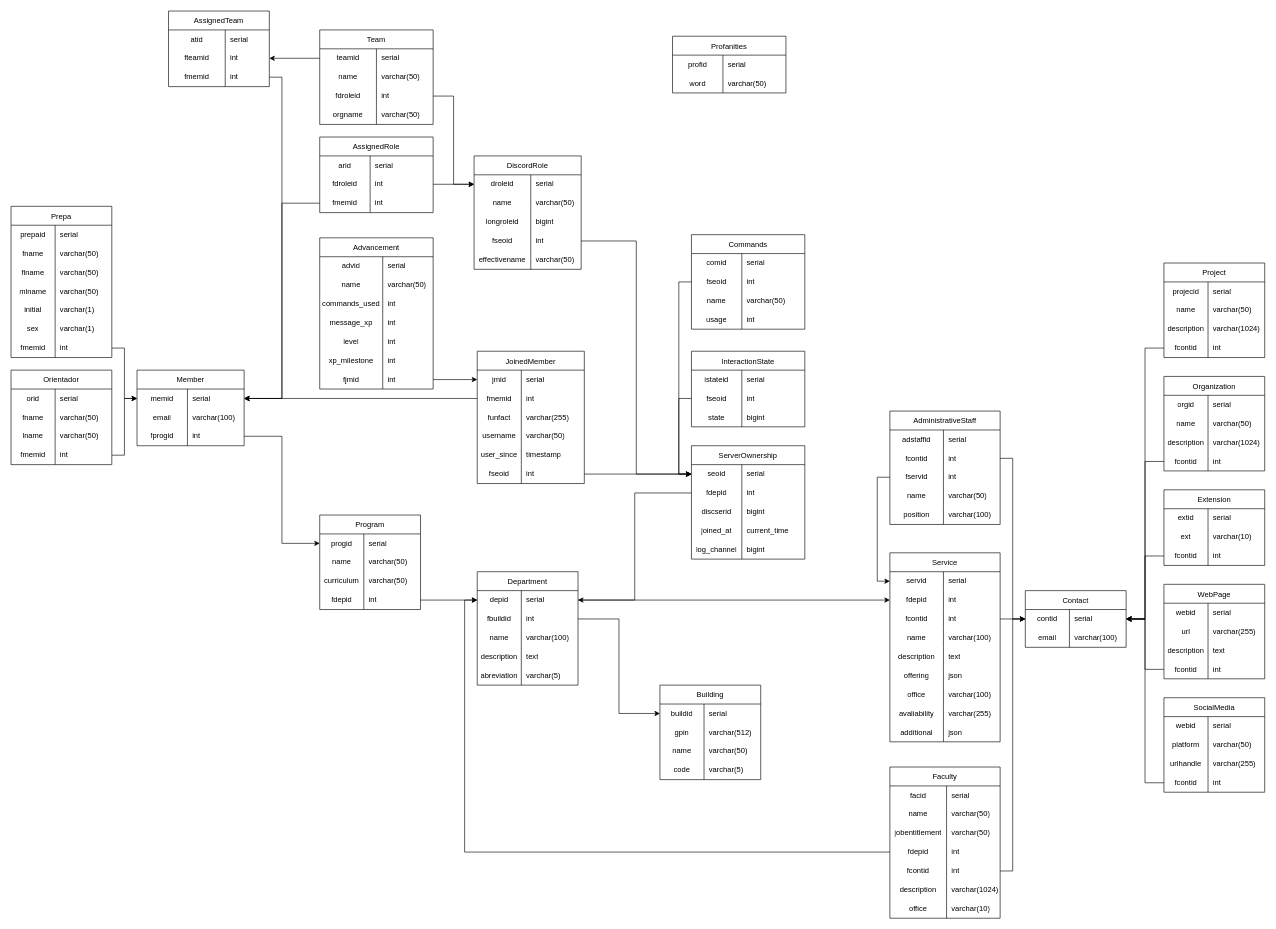
This is assets/schema/DatabaseSchema.drawio from AlfredoSoto1/BotOrientador, a draw.io file, before an edit. Source tidied: cells renumbered, new cells numbered last; positions are measured from the earlier drawing's top-left corner, leaving out a move shared by most shapes. Both pictures are drawn from the tidied source at 63%, with x=0, y=0 at pixel (11, 11).
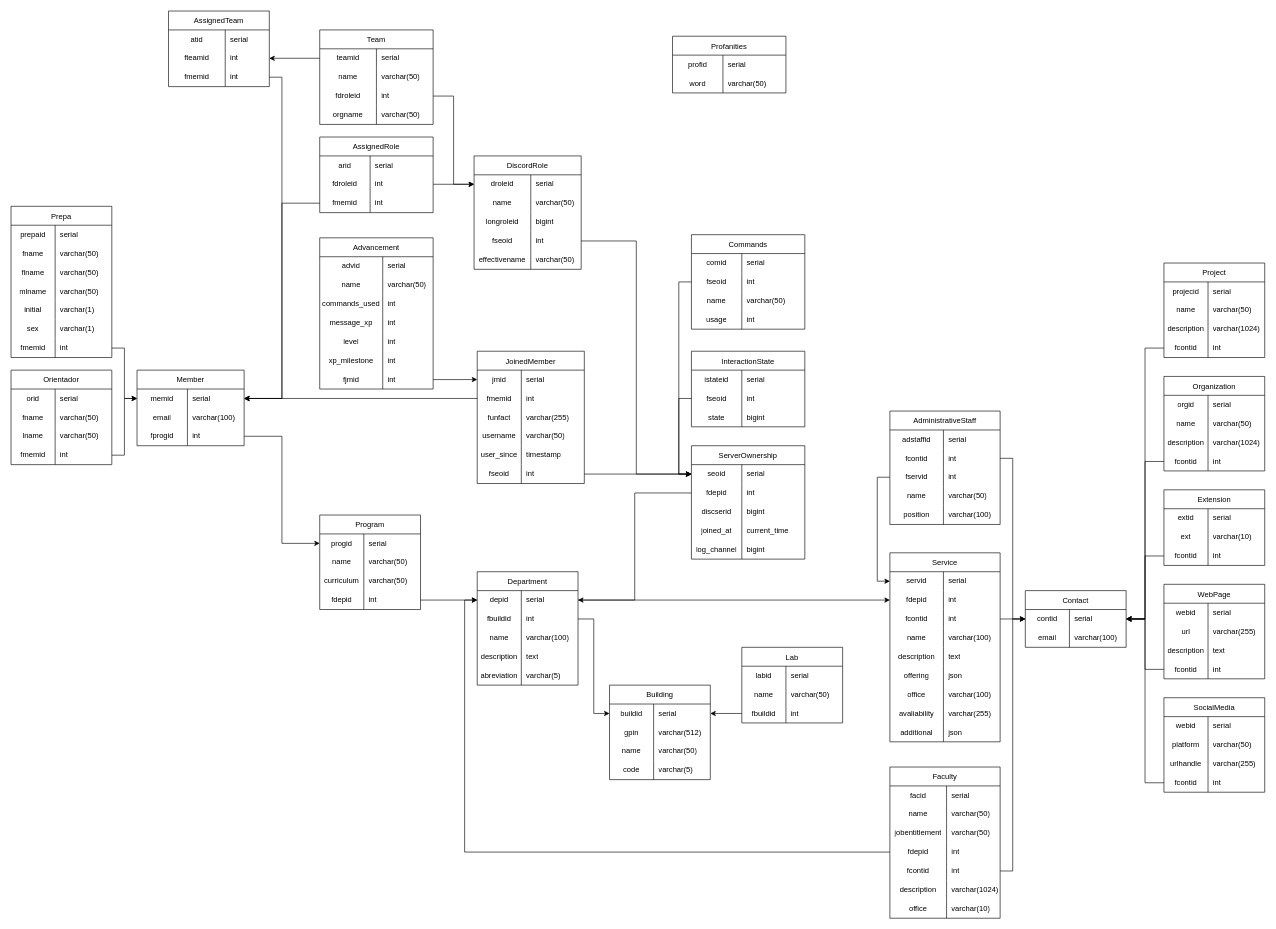
The same diagram, later.

Unchanged cells that the change refers to:
```xml
<mxCell id="26" style="shape=tableRow;horizontal=0;startSize=0;swimlaneHead=0;swimlaneBody=0;top=0;left=0;bottom=0;right=0;fillColor=none;points=[[0,0.5],[1,0.5]];portConstraint=eastwest;strokeColor=inherit;fontSize=12;" parent="25" vertex="1">
  <mxGeometry y="30" width="160" height="30" as="geometry" />
</mxCell>
```

The edit, as a diff of the source:
```diff
@@
     <mxCell id="25" value="Building" style="shape=table;startSize=30;childLayout=tableLayout;rowLines=0;fontStyle=0;strokeColor=default;fontSize=12;" parent="1" vertex="1">
-      <mxGeometry x="1030" y="1070" width="160" height="150" as="geometry" />
+      <mxGeometry x="950" y="1070" width="160" height="150" as="geometry" />
     </mxCell>
@@
+    <mxCell id="389" value="Lab" style="shape=table;startSize=30;childLayout=tableLayout;rowLines=0;fontStyle=0;strokeColor=default;fontSize=12;" parent="1" vertex="1">
+      <mxGeometry x="1160" y="1010" width="160" height="120" as="geometry" />
+    </mxCell>
+    <mxCell id="390" style="shape=tableRow;horizontal=0;startSize=0;swimlaneHead=0;swimlaneBody=0;top=0;left=0;bottom=0;right=0;fillColor=none;strokeColor=inherit;fontSize=12;" parent="389" vertex="1">
+      <mxGeometry y="30" width="160" height="30" as="geometry" />
+    </mxCell>
+    <mxCell id="391" value="labid" style="shape=partialRectangle;html=1;whiteSpace=wrap;fillColor=none;top=0;left=0;bottom=0;right=0;overflow=hidden;strokeColor=inherit;fontSize=12;spacing=2;" parent="390" vertex="1">
+      <mxGeometry width="70" height="30" as="geometry" />
+    </mxCell>
+    <mxCell id="392" value="serial" style="shape=partialRectangle;html=1;whiteSpace=wrap;fillColor=none;top=0;left=0;bottom=0;right=0;align=left;spacingLeft=6;overflow=hidden;strokeColor=inherit;fontSize=12;" parent="390" vertex="1">
+      <mxGeometry x="70" width="90" height="30" as="geometry" />
+    </mxCell>
+    <mxCell id="393" style="shape=tableRow;horizontal=0;startSize=0;swimlaneHead=0;swimlaneBody=0;top=0;left=0;bottom=0;right=0;fillColor=none;strokeColor=inherit;fontSize=12;" parent="389" vertex="1">
+      <mxGeometry y="60" width="160" height="30" as="geometry" />
+    </mxCell>
+    <mxCell id="394" value="name" style="shape=partialRectangle;html=1;whiteSpace=wrap;fillColor=none;top=0;left=0;bottom=0;right=0;overflow=hidden;strokeColor=inherit;fontSize=12;spacing=2;" parent="393" vertex="1">
+      <mxGeometry width="70" height="30" as="geometry" />
+    </mxCell>
+    <mxCell id="395" value="varchar(50)" style="shape=partialRectangle;html=1;whiteSpace=wrap;fillColor=none;top=0;left=0;bottom=0;right=0;align=left;spacingLeft=6;overflow=hidden;strokeColor=inherit;fontSize=12;" parent="393" vertex="1">
+      <mxGeometry x="70" width="90" height="30" as="geometry" />
+    </mxCell>
+    <mxCell id="396" style="shape=tableRow;horizontal=0;startSize=0;swimlaneHead=0;swimlaneBody=0;top=0;left=0;bottom=0;right=0;fillColor=none;points=[[0,0.5],[1,0.5]];portConstraint=eastwest;strokeColor=inherit;fontSize=12;" parent="389" vertex="1">
+      <mxGeometry y="90" width="160" height="30" as="geometry" />
+    </mxCell>
+    <mxCell id="397" value="fbuildid" style="shape=partialRectangle;html=1;whiteSpace=wrap;fillColor=none;top=0;left=0;bottom=0;right=0;overflow=hidden;strokeColor=inherit;fontSize=12;" parent="396" vertex="1">
+      <mxGeometry width="70" height="30" as="geometry" />
+    </mxCell>
+    <mxCell id="398" value="int" style="shape=partialRectangle;html=1;whiteSpace=wrap;fillColor=none;top=0;left=0;bottom=0;right=0;align=left;spacingLeft=6;overflow=hidden;strokeColor=inherit;fontSize=12;" parent="396" vertex="1">
+      <mxGeometry x="70" width="90" height="30" as="geometry" />
+    </mxCell>
+    <mxCell id="399" style="edgeStyle=orthogonalEdgeStyle;rounded=0;jettySize=auto;html=1;exitX=0;exitY=0.5;exitDx=0;exitDy=0;entryX=1;entryY=0.5;entryDx=0;entryDy=0;" parent="1" edge="1" source="396" target="26">
+      <mxGeometry relative="1" as="geometry" />
+    </mxCell>
```
